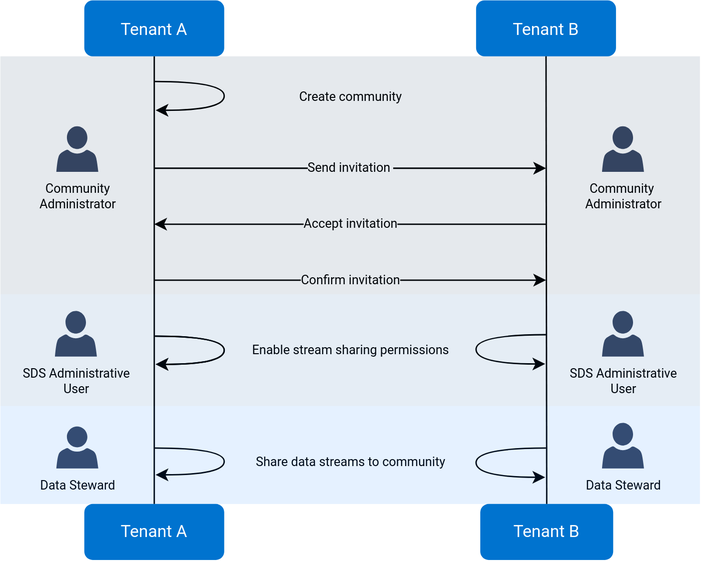
This is content/communities/images/workflow-community-setup.drawio.svg from AVEVA/CONNECT-data-services-developer-docs, a draw.io export, as it was before one commit. Source tidied: cells renumbered, new cells last; positions are measured from the earlier drawing's top-left corner, leaving out a move shared by most shapes. Source of this version:
```xml
<mxGraphModel>
  <root>
    <mxCell id="0" />
    <mxCell id="1" parent="0" />
    <mxCell id="2" value="Tenant A" style="shape=umlLifeline;perimeter=lifelinePerimeter;rounded=1;shadow=0;strokeWidth=1;fontFamily=roboto;fontSource=https%3A%2F%2Ffonts.googleapis.com%2Fcss%3Ffamily%3Droboto;fillColor=#0073CF;fontColor=#FFFFFF;strokeColor=none;" parent="1" vertex="1">
      <mxGeometry x="60" width="100" height="360" as="geometry" />
    </mxCell>
    <mxCell id="3" style="endArrow=classic;html=1;rounded=0;fontSize=9;edgeStyle=orthogonalEdgeStyle;curved=1;entryX=0.51;entryY=0.221;entryDx=0;entryDy=0;entryPerimeter=0;startArrow=none;exitX=0.508;exitY=0.165;exitDx=0;exitDy=0;exitPerimeter=0;fontFamily=roboto;fontSource=https%3A%2F%2Ffonts.googleapis.com%2Fcss%3Ffamily%3Droboto;" parent="2" edge="1">
      <mxGeometry x="0.03" y="30" relative="1" as="geometry">
        <mxPoint x="50.8" y="240" as="sourcePoint" />
        <mxPoint x="51" y="260.2" as="targetPoint" />
        <Array as="points">
          <mxPoint x="100" y="239.6" />
          <mxPoint x="100" y="260.6" />
        </Array>
      </mxGeometry>
    </mxCell>
    <mxCell id="4" value="Tenant B" style="shape=umlLifeline;perimeter=lifelinePerimeter;rounded=1;shadow=0;strokeWidth=1;strokeColor=none;fontFamily=roboto;fontSource=https%3A%2F%2Ffonts.googleapis.com%2Fcss%3Ffamily%3Droboto;fillColor=#0073CF;fontColor=#FFFFFF;" parent="1" vertex="1">
      <mxGeometry x="340" width="100" height="360" as="geometry" />
    </mxCell>
    <mxCell id="5" style="endArrow=classic;html=1;rounded=0;fontSize=9;edgeStyle=orthogonalEdgeStyle;curved=1;entryX=0.494;entryY=0.722;entryDx=0;entryDy=0;entryPerimeter=0;startArrow=none;endFill=1;startFill=0;fontFamily=roboto;fontSource=https%3A%2F%2Ffonts.googleapis.com%2Fcss%3Ffamily%3Droboto;" parent="4" edge="1">
      <mxGeometry y="-30" relative="1" as="geometry">
        <mxPoint x="50" y="320" as="sourcePoint" />
        <mxPoint x="49.4" y="340.9" as="targetPoint" />
        <Array as="points">
          <mxPoint y="320" />
          <mxPoint y="341" />
        </Array>
      </mxGeometry>
    </mxCell>
    <mxCell id="6" value="&lt;font style=&quot;font-size: 12px;&quot;&gt;Tenant B&lt;/font&gt;" style="rounded=1;whiteSpace=wrap;html=1;fontSize=9;strokeColor=none;fontFamily=roboto;fontSource=https%3A%2F%2Ffonts.googleapis.com%2Fcss%3Ffamily%3Droboto;fillColor=#0073CF;fontColor=#FFFFFF;glass=0;" parent="1" vertex="1">
      <mxGeometry x="343" y="360" width="95" height="40" as="geometry" />
    </mxCell>
    <mxCell id="7" value="Create community" style="endArrow=classic;html=1;rounded=0;fontSize=9;edgeStyle=orthogonalEdgeStyle;curved=1;entryX=0.51;entryY=0.221;entryDx=0;entryDy=0;entryPerimeter=0;startArrow=none;fontFamily=roboto;fontSource=https%3A%2F%2Ffonts.googleapis.com%2Fcss%3Ffamily%3Droboto;" parent="1" edge="1">
      <mxGeometry x="0.03" y="90" relative="1" as="geometry">
        <mxPoint x="110" y="58" as="sourcePoint" />
        <mxPoint x="111" y="78.6" as="targetPoint" />
        <Array as="points">
          <mxPoint x="160" y="58" />
          <mxPoint x="160" y="79" />
        </Array>
      </mxGeometry>
    </mxCell>
    <mxCell id="8" value="&lt;font style=&quot;font-size: 12px;&quot;&gt;Tenant A&lt;/font&gt;" style="rounded=1;whiteSpace=wrap;html=1;fontSize=9;strokeColor=none;fontFamily=roboto;fontSource=https%3A%2F%2Ffonts.googleapis.com%2Fcss%3Ffamily%3Droboto;fillColor=#0073CF;fontColor=#FFFFFF;glass=0;" parent="1" vertex="1">
      <mxGeometry x="60" y="360" width="100" height="40" as="geometry" />
    </mxCell>
    <mxCell id="9" value="Send invitation&amp;nbsp;" style="endArrow=classic;html=1;rounded=0;fontSize=9;curved=1;fontFamily=roboto;fontSource=https%3A%2F%2Ffonts.googleapis.com%2Fcss%3Ffamily%3Droboto;labelBackgroundColor=default;" parent="1" edge="1">
      <mxGeometry relative="1" as="geometry">
        <mxPoint x="110" y="120" as="sourcePoint" />
        <mxPoint x="390" y="120" as="targetPoint" />
      </mxGeometry>
    </mxCell>
    <mxCell id="10" value="Accept invitation" style="endArrow=classic;html=1;rounded=0;fontSize=9;curved=1;fontFamily=roboto;fontSource=https%3A%2F%2Ffonts.googleapis.com%2Fcss%3Ffamily%3Droboto;" parent="1" edge="1">
      <mxGeometry relative="1" as="geometry">
        <mxPoint x="390" y="160" as="sourcePoint" />
        <mxPoint x="110" y="160" as="targetPoint" />
      </mxGeometry>
    </mxCell>
    <mxCell id="11" value="Confirm invitation" style="endArrow=classic;html=1;rounded=0;fontSize=9;curved=1;fontFamily=roboto;fontSource=https%3A%2F%2Ffonts.googleapis.com%2Fcss%3Ffamily%3Droboto;" parent="1" edge="1">
      <mxGeometry relative="1" as="geometry">
        <mxPoint x="110" y="200" as="sourcePoint" />
        <mxPoint x="390" y="200" as="targetPoint" />
      </mxGeometry>
    </mxCell>
    <mxCell id="12" value="Enable stream sharing permissions" style="endArrow=classic;html=1;rounded=0;fontSize=9;edgeStyle=orthogonalEdgeStyle;curved=1;entryX=0.51;entryY=0.221;entryDx=0;entryDy=0;entryPerimeter=0;startArrow=none;fontFamily=roboto;fontSource=https%3A%2F%2Ffonts.googleapis.com%2Fcss%3Ffamily%3Droboto;" parent="1" edge="1">
      <mxGeometry y="90" relative="1" as="geometry">
        <mxPoint x="110" y="240" as="sourcePoint" />
        <mxPoint x="111" y="260.2" as="targetPoint" />
        <Array as="points">
          <mxPoint x="160" y="239.6" />
          <mxPoint x="160" y="260.6" />
        </Array>
      </mxGeometry>
    </mxCell>
    <mxCell id="13" style="endArrow=classic;html=1;rounded=0;fontSize=9;edgeStyle=orthogonalEdgeStyle;curved=1;entryX=0.494;entryY=0.722;entryDx=0;entryDy=0;entryPerimeter=0;startArrow=none;endFill=1;startFill=0;fontFamily=roboto;fontSource=https%3A%2F%2Ffonts.googleapis.com%2Fcss%3Ffamily%3Droboto;" parent="1" edge="1" target="4">
      <mxGeometry y="-30" relative="1" as="geometry">
        <mxPoint x="390" y="239" as="sourcePoint" />
        <Array as="points">
          <mxPoint x="340" y="239" />
          <mxPoint x="340" y="260" />
        </Array>
      </mxGeometry>
    </mxCell>
    <mxCell id="14" value="Community&amp;nbsp;&lt;br style=&quot;font-size: 9px;&quot;&gt;Administrator" style="sketch=0;shadow=0;dashed=0;html=1;strokeColor=none;fillColor=#3a4763;labelPosition=center;verticalLabelPosition=bottom;verticalAlign=top;align=center;shape=mxgraph.office.users.user;fontSize=9;fontFamily=roboto;fontSource=https%3A%2F%2Ffonts.googleapis.com%2Fcss%3Ffamily%3Droboto;" parent="1" vertex="1">
      <mxGeometry x="430" y="90" width="30" height="32.6" as="geometry" />
    </mxCell>
    <mxCell id="15" value="SDS Administrative&lt;br&gt;User" style="sketch=0;shadow=0;dashed=0;html=1;strokeColor=none;fillColor=#3a4763;labelPosition=center;verticalLabelPosition=bottom;verticalAlign=top;align=center;shape=mxgraph.office.users.user;fontSize=9;fontFamily=roboto;fontSource=https%3A%2F%2Ffonts.googleapis.com%2Fcss%3Ffamily%3Droboto;" parent="1" vertex="1">
      <mxGeometry x="430" y="222" width="30" height="32.6" as="geometry" />
    </mxCell>
    <mxCell id="16" value="Share data streams to community" style="endArrow=classic;html=1;rounded=0;fontSize=9;edgeStyle=orthogonalEdgeStyle;curved=1;entryX=0.51;entryY=0.221;entryDx=0;entryDy=0;entryPerimeter=0;startArrow=none;fontFamily=roboto;fontSource=https%3A%2F%2Ffonts.googleapis.com%2Fcss%3Ffamily%3Droboto;" parent="1" edge="1">
      <mxGeometry x="0.02" y="90" relative="1" as="geometry">
        <mxPoint x="110" y="320" as="sourcePoint" />
        <mxPoint x="111" y="339.2" as="targetPoint" />
        <Array as="points">
          <mxPoint x="160" y="320" />
          <mxPoint x="160" y="339" />
        </Array>
      </mxGeometry>
    </mxCell>
    <mxCell id="17" value="Data Steward" style="sketch=0;shadow=0;dashed=0;html=1;strokeColor=none;fillColor=#3a4763;labelPosition=center;verticalLabelPosition=bottom;verticalAlign=top;align=center;shape=mxgraph.office.users.user;fontSize=9;fontFamily=roboto;fontSource=https%3A%2F%2Ffonts.googleapis.com%2Fcss%3Ffamily%3Droboto;" parent="1" vertex="1">
      <mxGeometry x="430" y="302" width="30" height="32.6" as="geometry" />
    </mxCell>
    <mxCell id="18" value="SDS Administrative &lt;br&gt;User" style="sketch=0;shadow=0;dashed=0;html=1;strokeColor=none;fillColor=#3a4763;labelPosition=center;verticalLabelPosition=bottom;verticalAlign=top;align=center;shape=mxgraph.office.users.user;fontSize=9;fontFamily=roboto;fontSource=https%3A%2F%2Ffonts.googleapis.com%2Fcss%3Ffamily%3Droboto;" parent="1" vertex="1">
      <mxGeometry x="39" y="222" width="30" height="32.6" as="geometry" />
    </mxCell>
    <mxCell id="19" value="Data Steward" style="sketch=0;shadow=0;dashed=0;html=1;strokeColor=none;fillColor=#3a4763;labelPosition=center;verticalLabelPosition=bottom;verticalAlign=top;align=center;shape=mxgraph.office.users.user;fontSize=9;fontFamily=roboto;fontSource=https%3A%2F%2Ffonts.googleapis.com%2Fcss%3Ffamily%3Droboto;" parent="1" vertex="1">
      <mxGeometry x="40" y="304.6" width="30" height="30" as="geometry" />
    </mxCell>
    <mxCell id="20" value="Community&lt;br style=&quot;font-size: 9px;&quot;&gt;Administrator" style="sketch=0;shadow=0;dashed=0;html=1;strokeColor=none;fillColor=#3a4763;labelPosition=center;verticalLabelPosition=bottom;verticalAlign=top;align=center;shape=mxgraph.office.users.user;fontSize=9;fontFamily=roboto;fontSource=https%3A%2F%2Ffonts.googleapis.com%2Fcss%3Ffamily%3Droboto;" parent="1" vertex="1">
      <mxGeometry x="40" y="90" width="30" height="32.6" as="geometry" />
    </mxCell>
    <mxCell id="21" style="endArrow=none;html=1;rounded=0;fontFamily=Mulish;fontSource=https%3A%2F%2Ffonts.googleapis.com%2Fcss%3Ffamily%3DMulish;fontSize=12;fontColor=#FFFFFF;curved=1;exitX=0.5;exitY=0;exitDx=0;exitDy=0;" parent="1" edge="1" source="8">
      <mxGeometry relative="1" as="geometry">
        <mxPoint x="110" y="40" as="targetPoint" />
      </mxGeometry>
    </mxCell>
    <mxCell id="22" style="endArrow=none;html=1;rounded=0;fontFamily=Mulish;fontSource=https%3A%2F%2Ffonts.googleapis.com%2Fcss%3Ffamily%3DMulish;fontSize=12;fontColor=#FFFFFF;curved=1;entryX=0.5;entryY=0.111;entryDx=0;entryDy=0;entryPerimeter=0;exitX=0.5;exitY=0;exitDx=0;exitDy=0;" parent="1" edge="1" source="6" target="4">
      <mxGeometry relative="1" as="geometry" />
    </mxCell>
    <mxCell id="23" style="rounded=0;whiteSpace=wrap;html=1;glass=0;fontFamily=Mulish;fontSource=https%3A%2F%2Ffonts.googleapis.com%2Fcss%3Ffamily%3DMulish;fontSize=12;fontColor=#FFFFFF;strokeColor=none;fillColor=#00559a;opacity=10;" parent="1" vertex="1">
      <mxGeometry y="210" width="500" height="80" as="geometry" />
    </mxCell>
    <mxCell id="24" style="rounded=0;whiteSpace=wrap;html=1;glass=0;fontFamily=Mulish;fontSource=https%3A%2F%2Ffonts.googleapis.com%2Fcss%3Ffamily%3DMulish;fontSize=12;strokeColor=none;fillColor=#002b4e;opacity=10;textOpacity=30;" parent="1" vertex="1">
      <mxGeometry y="40" width="500" height="170" as="geometry" />
    </mxCell>
    <mxCell id="25" style="rounded=0;whiteSpace=wrap;html=1;glass=0;fontFamily=Mulish;fontSource=https%3A%2F%2Ffonts.googleapis.com%2Fcss%3Ffamily%3DMulish;fontSize=12;fontColor=#FFFFFF;strokeColor=none;fillColor=#007bff;opacity=10;" parent="1" vertex="1">
      <mxGeometry y="290" width="500" height="70" as="geometry" />
    </mxCell>
  </root>
</mxGraphModel>
```
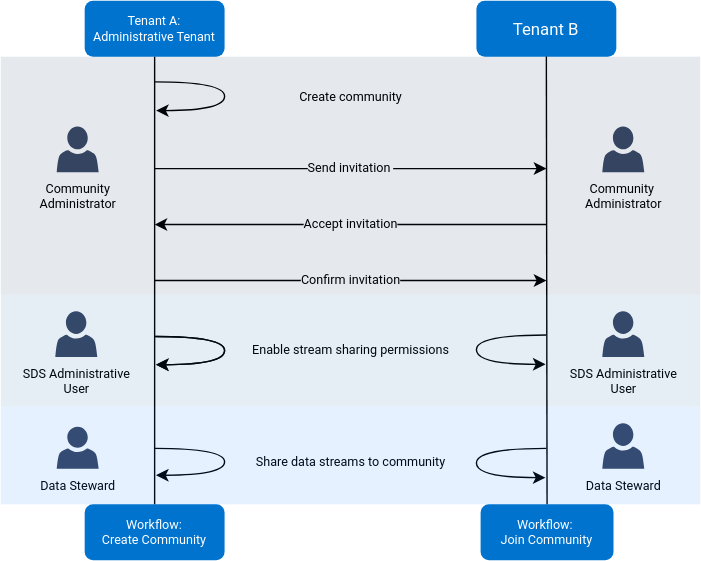
After the commit.

What changed in the source:
```diff
@@ -2,7 +2,7 @@
   <root>
     <mxCell id="0" />
     <mxCell id="1" parent="0" />
-    <mxCell id="2" value="Tenant A" style="shape=umlLifeline;perimeter=lifelinePerimeter;rounded=1;shadow=0;strokeWidth=1;fontFamily=roboto;fontSource=https%3A%2F%2Ffonts.googleapis.com%2Fcss%3Ffamily%3Droboto;fillColor=#0073CF;fontColor=#FFFFFF;strokeColor=none;" parent="1" vertex="1">
+    <mxCell id="2" value="Tenant A:&#10;Administrative Tenant" style="shape=umlLifeline;perimeter=lifelinePerimeter;rounded=1;shadow=0;strokeWidth=1;fontFamily=roboto;fontSource=https%3A%2F%2Ffonts.googleapis.com%2Fcss%3Ffamily%3Droboto;fillColor=#0073CF;fontColor=#FFFFFF;strokeColor=none;fontSize=9;" parent="1" vertex="1">
       <mxGeometry x="60" width="100" height="360" as="geometry" />
     </mxCell>
     <mxCell id="3" style="endArrow=classic;html=1;rounded=0;fontSize=9;edgeStyle=orthogonalEdgeStyle;curved=1;entryX=0.51;entryY=0.221;entryDx=0;entryDy=0;entryPerimeter=0;startArrow=none;exitX=0.508;exitY=0.165;exitDx=0;exitDy=0;exitPerimeter=0;fontFamily=roboto;fontSource=https%3A%2F%2Ffonts.googleapis.com%2Fcss%3Ffamily%3Droboto;" parent="2" edge="1">
@@ -28,7 +28,7 @@
         </Array>
       </mxGeometry>
     </mxCell>
-    <mxCell id="6" value="&lt;font style=&quot;font-size: 12px;&quot;&gt;Tenant B&lt;/font&gt;" style="rounded=1;whiteSpace=wrap;html=1;fontSize=9;strokeColor=none;fontFamily=roboto;fontSource=https%3A%2F%2Ffonts.googleapis.com%2Fcss%3Ffamily%3Droboto;fillColor=#0073CF;fontColor=#FFFFFF;glass=0;" parent="1" vertex="1">
+    <mxCell id="6" value="&lt;font style=&quot;font-size: 9px;&quot;&gt;Workflow:&amp;nbsp;&lt;br&gt;Join Community&lt;br&gt;&lt;/font&gt;" style="rounded=1;whiteSpace=wrap;html=1;fontSize=9;strokeColor=none;fontFamily=roboto;fontSource=https%3A%2F%2Ffonts.googleapis.com%2Fcss%3Ffamily%3Droboto;fillColor=#0073CF;fontColor=#FFFFFF;glass=0;" parent="1" vertex="1">
       <mxGeometry x="343" y="360" width="95" height="40" as="geometry" />
     </mxCell>
     <mxCell id="7" value="Create community" style="endArrow=classic;html=1;rounded=0;fontSize=9;edgeStyle=orthogonalEdgeStyle;curved=1;entryX=0.51;entryY=0.221;entryDx=0;entryDy=0;entryPerimeter=0;startArrow=none;fontFamily=roboto;fontSource=https%3A%2F%2Ffonts.googleapis.com%2Fcss%3Ffamily%3Droboto;" parent="1" edge="1">
@@ -41,7 +41,7 @@
         </Array>
       </mxGeometry>
     </mxCell>
-    <mxCell id="8" value="&lt;font style=&quot;font-size: 12px;&quot;&gt;Tenant A&lt;/font&gt;" style="rounded=1;whiteSpace=wrap;html=1;fontSize=9;strokeColor=none;fontFamily=roboto;fontSource=https%3A%2F%2Ffonts.googleapis.com%2Fcss%3Ffamily%3Droboto;fillColor=#0073CF;fontColor=#FFFFFF;glass=0;" parent="1" vertex="1">
+    <mxCell id="8" value="&lt;font style=&quot;font-size: 9px;&quot;&gt;Workflow: &lt;br&gt;Create Community&lt;/font&gt;" style="rounded=1;whiteSpace=wrap;html=1;fontSize=9;strokeColor=none;fontFamily=roboto;fontSource=https%3A%2F%2Ffonts.googleapis.com%2Fcss%3Ffamily%3Droboto;fillColor=#0073CF;fontColor=#FFFFFF;glass=0;" parent="1" vertex="1">
       <mxGeometry x="60" y="360" width="100" height="40" as="geometry" />
     </mxCell>
     <mxCell id="9" value="Send invitation&amp;nbsp;" style="endArrow=classic;html=1;rounded=0;fontSize=9;curved=1;fontFamily=roboto;fontSource=https%3A%2F%2Ffonts.googleapis.com%2Fcss%3Ffamily%3Droboto;labelBackgroundColor=default;" parent="1" edge="1">
```
